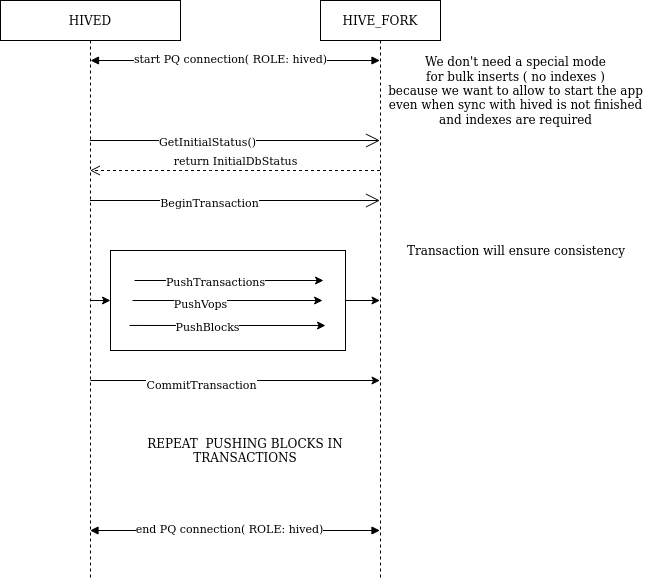
openhive-network/HAfAH keeps this draw.io diagram as doc/start_hived_hivefork.png. Above is the earlier version. Source tidied: cells renumbered, new cells last; positions are measured from the earlier drawing's top-left corner, leaving out a move shared by most shapes. The source it was exported from:
```xml
<mxGraphModel>
  <root>
    <mxCell id="0" />
    <mxCell id="1" parent="0" />
    <mxCell id="2" style="rounded=0;whiteSpace=wrap;html=1;" parent="1" vertex="1">
      <mxGeometry x="110" y="250" width="235" height="100" as="geometry" />
    </mxCell>
    <mxCell id="3" value="HIVED" style="shape=umlLifeline;perimeter=lifelinePerimeter;whiteSpace=wrap;html=1;outlineConnect=0;" parent="1" vertex="1">
      <mxGeometry width="180" height="580" as="geometry" />
    </mxCell>
    <mxCell id="4" style="endArrow=block;startArrow=block;endFill=1;startFill=1;html=1;" parent="3" edge="1" target="6">
      <mxGeometry relative="1" as="geometry">
        <mxPoint x="90" y="60" as="sourcePoint" />
      </mxGeometry>
    </mxCell>
    <mxCell id="5" value="start PQ connection( ROLE: hived)" style="edgeLabel;html=1;align=center;verticalAlign=middle;" parent="4" vertex="1">
      <mxGeometry x="-0.26" y="3" relative="1" as="geometry">
        <mxPoint x="31" as="offset" />
      </mxGeometry>
    </mxCell>
    <mxCell id="6" value="HIVE_FORK" style="shape=umlLifeline;perimeter=lifelinePerimeter;whiteSpace=wrap;html=1;outlineConnect=0;" parent="1" vertex="1">
      <mxGeometry x="320" width="120" height="580" as="geometry" />
    </mxCell>
    <mxCell id="7" style="endArrow=open;endFill=1;endSize=12;html=1;" parent="1" edge="1" source="3" target="6">
      <mxGeometry relative="1" as="geometry">
        <Array as="points">
          <mxPoint x="210" y="140" />
        </Array>
      </mxGeometry>
    </mxCell>
    <mxCell id="8" value="GetInitialStatus()" style="edgeLabel;html=1;align=center;verticalAlign=middle;" parent="7" vertex="1">
      <mxGeometry x="-0.19" relative="1" as="geometry" />
    </mxCell>
    <mxCell id="9" value="return InitialDbStatus" style="html=1;verticalAlign=bottom;endArrow=open;dashed=1;endSize=8;" parent="1" edge="1" source="6" target="3">
      <mxGeometry relative="1" as="geometry">
        <Array as="points">
          <mxPoint x="220" y="170" />
        </Array>
      </mxGeometry>
    </mxCell>
    <mxCell id="10" style="endArrow=open;endFill=1;endSize=12;html=1;" parent="1" edge="1" source="3" target="6">
      <mxGeometry relative="1" as="geometry">
        <Array as="points">
          <mxPoint x="170" y="200" />
        </Array>
      </mxGeometry>
    </mxCell>
    <mxCell id="11" value="BeginTransaction" style="edgeLabel;html=1;align=center;verticalAlign=middle;" parent="10" vertex="1">
      <mxGeometry x="-0.18" y="-1" relative="1" as="geometry">
        <mxPoint x="1" as="offset" />
      </mxGeometry>
    </mxCell>
    <mxCell id="12" value="&lt;div&gt;We don't need a special mode&lt;/div&gt;&lt;div&gt;for bulk inserts ( no indexes )&lt;/div&gt;&lt;div&gt;because we want to allow to start the app&lt;/div&gt;&lt;div&gt;even when sync with hived is not finished&lt;/div&gt;&lt;div&gt;and indexes are required&lt;br&gt;&lt;/div&gt;" style="text;html=1;align=center;verticalAlign=middle;strokeColor=none;" parent="1" vertex="1">
      <mxGeometry x="380" y="50" width="270" height="80" as="geometry" />
    </mxCell>
    <mxCell id="13" style="endArrow=classic;html=1;" parent="1" edge="1">
      <mxGeometry relative="1" as="geometry">
        <mxPoint x="134" y="280" as="sourcePoint" />
        <mxPoint x="323" y="280" as="targetPoint" />
      </mxGeometry>
    </mxCell>
    <mxCell id="14" value="PushTransactions" style="edgeLabel;html=1;align=center;verticalAlign=middle;" parent="13" vertex="1">
      <mxGeometry x="-0.16" relative="1" as="geometry" />
    </mxCell>
    <mxCell id="15" style="endArrow=classic;html=1;entryX=1;entryY=0.25;entryDx=0;entryDy=0;exitX=0;exitY=0.25;exitDx=0;exitDy=0;" parent="1" edge="1">
      <mxGeometry relative="1" as="geometry">
        <mxPoint x="132" y="300" as="sourcePoint" />
        <mxPoint x="322" y="300" as="targetPoint" />
      </mxGeometry>
    </mxCell>
    <mxCell id="16" value="PushVops" style="edgeLabel;html=1;align=center;verticalAlign=middle;" parent="15" vertex="1">
      <mxGeometry x="-0.3" y="-2" relative="1" as="geometry" />
    </mxCell>
    <mxCell id="17" style="endArrow=classic;html=1;exitX=-0.016;exitY=0.406;exitDx=0;exitDy=0;exitPerimeter=0;" parent="1" edge="1">
      <mxGeometry relative="1" as="geometry">
        <mxPoint x="129" y="325" as="sourcePoint" />
        <mxPoint x="325" y="325" as="targetPoint" />
      </mxGeometry>
    </mxCell>
    <mxCell id="18" value="PushBlocks" style="edgeLabel;html=1;align=center;verticalAlign=middle;" parent="17" vertex="1">
      <mxGeometry x="-0.2" y="-1" relative="1" as="geometry" />
    </mxCell>
    <mxCell id="19" style="endArrow=classic;html=1;entryX=0;entryY=0.5;entryDx=0;entryDy=0;" parent="1" edge="1" source="3" target="2">
      <mxGeometry relative="1" as="geometry" />
    </mxCell>
    <mxCell id="20" style="endArrow=classic;html=1;exitX=1;exitY=0.5;exitDx=0;exitDy=0;" parent="1" edge="1" source="2" target="6">
      <mxGeometry relative="1" as="geometry" />
    </mxCell>
    <mxCell id="21" style="endArrow=classic;html=1;" parent="1" edge="1" target="6">
      <mxGeometry relative="1" as="geometry">
        <mxPoint x="90" y="380" as="sourcePoint" />
      </mxGeometry>
    </mxCell>
    <mxCell id="22" value="CommitTransaction" style="edgeLabel;html=1;align=center;verticalAlign=middle;" parent="21" vertex="1">
      <mxGeometry x="-0.24" y="-3" relative="1" as="geometry" />
    </mxCell>
    <mxCell id="23" value="Transaction will ensure consistency " style="text;html=1;strokeColor=none;fillColor=none;align=left;verticalAlign=middle;whiteSpace=wrap;rounded=0;" parent="1" vertex="1">
      <mxGeometry x="405" y="240" width="220" height="20" as="geometry" />
    </mxCell>
    <mxCell id="24" value="REPEAT&amp;nbsp; PUSHING BLOCKS IN TRANSACTIONS" style="text;html=1;strokeColor=none;fillColor=none;align=center;verticalAlign=middle;whiteSpace=wrap;rounded=0;" parent="1" vertex="1">
      <mxGeometry x="135" y="440" width="220" height="20" as="geometry" />
    </mxCell>
    <mxCell id="25" style="endArrow=block;startArrow=block;endFill=1;startFill=1;html=1;" parent="1" edge="1" source="3" target="6">
      <mxGeometry relative="1" as="geometry">
        <Array as="points">
          <mxPoint x="230" y="530" />
        </Array>
      </mxGeometry>
    </mxCell>
    <mxCell id="26" value="end PQ connection( ROLE: hived)" style="edgeLabel;html=1;align=center;verticalAlign=middle;" parent="25" vertex="1">
      <mxGeometry x="-0.26" y="3" relative="1" as="geometry">
        <mxPoint x="31" as="offset" />
      </mxGeometry>
    </mxCell>
  </root>
</mxGraphModel>
```
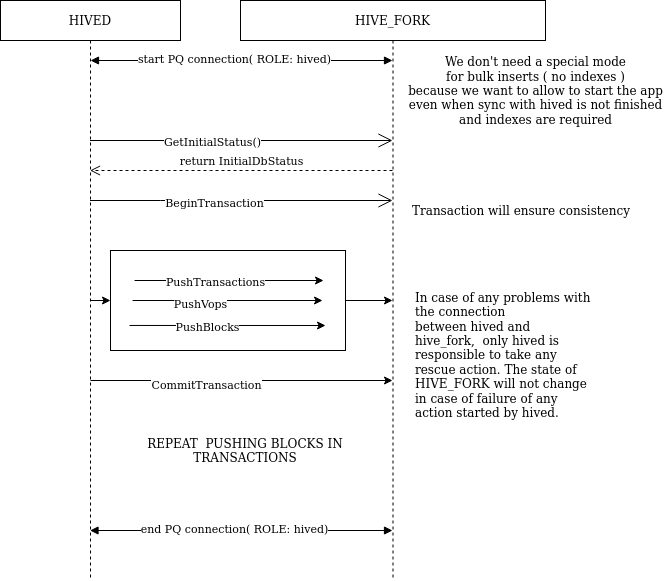
After the commit.

Change to the diagram source:
```diff
@@ -19,8 +19,11 @@
       </mxGeometry>
     </mxCell>
     <mxCell id="6" value="HIVE_FORK" style="shape=umlLifeline;perimeter=lifelinePerimeter;whiteSpace=wrap;html=1;outlineConnect=0;" parent="1" vertex="1">
-      <mxGeometry x="320" width="120" height="580" as="geometry" />
+      <mxGeometry x="240" width="305" height="580" as="geometry" />
     </mxCell>
+    <mxCell id="27" value="&lt;div&gt;In case of any problems with the connection&lt;br&gt;&lt;/div&gt;&lt;div&gt;between hived and hive_fork,&amp;nbsp; only hived is responsible to take any rescue action. The state of HIVE_FORK will not change in case of failure of any action started by hived.&lt;br&gt;&lt;/div&gt;" style="text;html=1;strokeColor=none;fillColor=none;spacing=5;spacingTop=-20;whiteSpace=wrap;overflow=hidden;rounded=0;align=left;" parent="6" vertex="1">
+      <mxGeometry x="170" y="300" width="190" height="120" as="geometry" />
+    </mxCell>
     <mxCell id="7" style="endArrow=open;endFill=1;endSize=12;html=1;" parent="1" edge="1" source="3" target="6">
       <mxGeometry relative="1" as="geometry">
         <Array as="points">
@@ -51,7 +54,7 @@
       </mxGeometry>
     </mxCell>
     <mxCell id="12" value="&lt;div&gt;We don't need a special mode&lt;/div&gt;&lt;div&gt;for bulk inserts ( no indexes )&lt;/div&gt;&lt;div&gt;because we want to allow to start the app&lt;/div&gt;&lt;div&gt;even when sync with hived is not finished&lt;/div&gt;&lt;div&gt;and indexes are required&lt;br&gt;&lt;/div&gt;" style="text;html=1;align=center;verticalAlign=middle;strokeColor=none;" parent="1" vertex="1">
-      <mxGeometry x="380" y="50" width="270" height="80" as="geometry" />
+      <mxGeometry x="400" y="50" width="270" height="80" as="geometry" />
     </mxCell>
     <mxCell id="13" style="endArrow=classic;html=1;" parent="1" edge="1">
       <mxGeometry relative="1" as="geometry">
@@ -95,7 +98,7 @@
       <mxGeometry x="-0.24" y="-3" relative="1" as="geometry" />
     </mxCell>
     <mxCell id="23" value="Transaction will ensure consistency " style="text;html=1;strokeColor=none;fillColor=none;align=left;verticalAlign=middle;whiteSpace=wrap;rounded=0;" parent="1" vertex="1">
-      <mxGeometry x="405" y="240" width="220" height="20" as="geometry" />
+      <mxGeometry x="410" y="200" width="220" height="20" as="geometry" />
     </mxCell>
     <mxCell id="24" value="REPEAT&amp;nbsp; PUSHING BLOCKS IN TRANSACTIONS" style="text;html=1;strokeColor=none;fillColor=none;align=center;verticalAlign=middle;whiteSpace=wrap;rounded=0;" parent="1" vertex="1">
       <mxGeometry x="135" y="440" width="220" height="20" as="geometry" />
```
